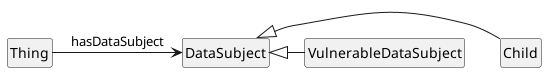
This is media/overview_DataSubject.png from jeswr/dpv, a PlantUML export, as it was before one commit. Source of this version:
```plantuml
@startuml
!include style.plantuml
top to bottom direction

class Thing
class VulnerableDataSubject
class DataSubject
class Child

Thing -> DataSubject: hasDataSubject
DataSubject <|- Child
DataSubject <|- VulnerableDataSubject

@enduml
```
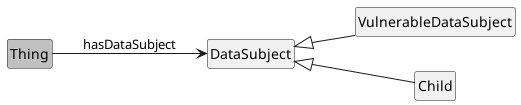
After the commit.

What changed in the source:
```diff
@@ -1,14 +1,14 @@
 @startuml
 !include style.plantuml
-top to bottom direction
+left to right direction
 
-class Thing
+class Thing #silver
 class VulnerableDataSubject
 class DataSubject
 class Child
 
-Thing -> DataSubject: hasDataSubject
-DataSubject <|- Child
-DataSubject <|- VulnerableDataSubject
+Thing --> DataSubject: hasDataSubject
+DataSubject <|-- Child
+DataSubject <|-- VulnerableDataSubject
 
 @enduml
```
